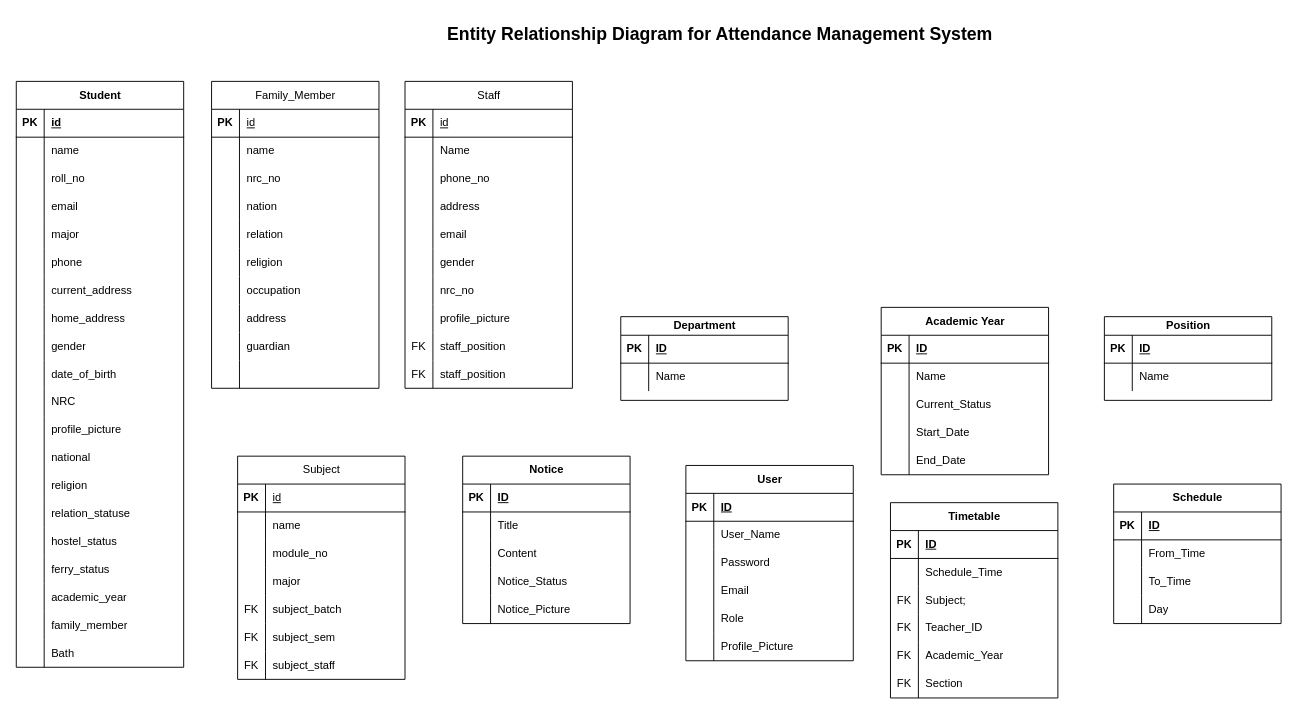
Above: ER.drawio in KhunMaungNgwee/InternShipProject (draw.io), before the change. Source tidied: cells renumbered, new cells numbered last; positions are measured from the earlier drawing's top-left corner, leaving out a move shared by most shapes. Both pictures are drawn from the tidied source at 93%, with x=0, y=0 at pixel (16, 16).
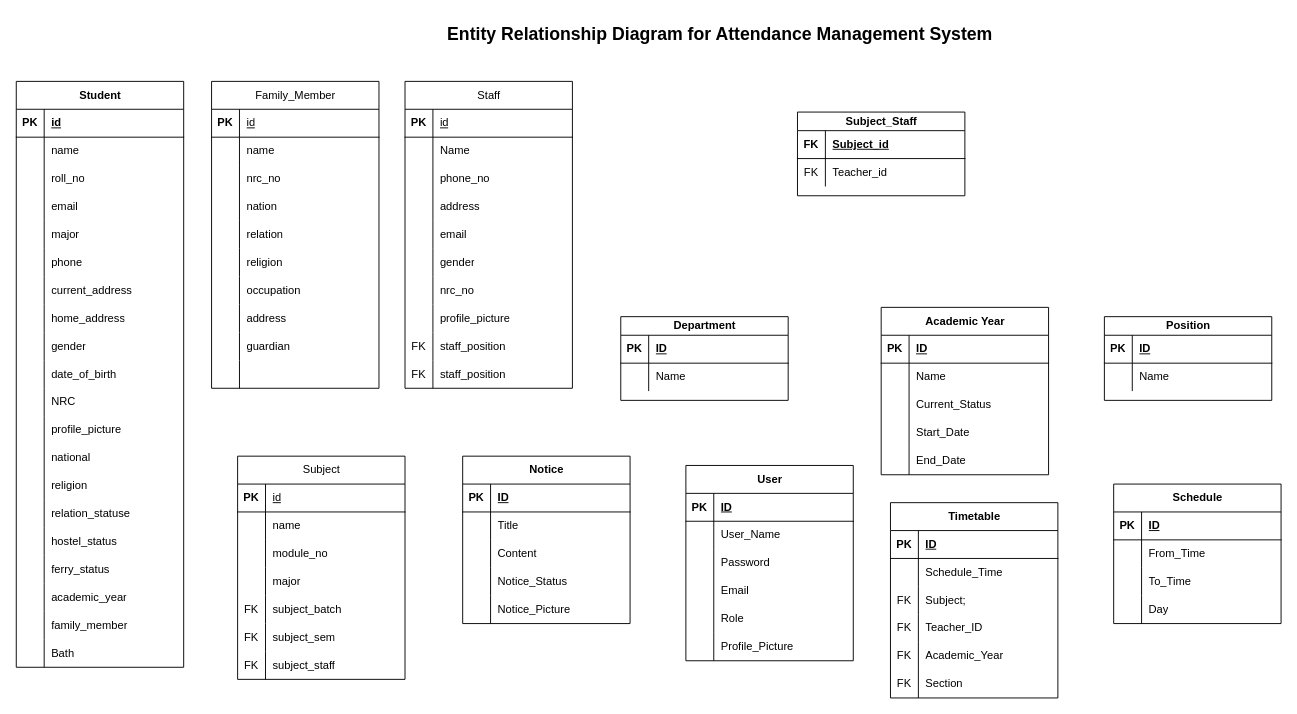
After the change.

The edit, as a diff of the source:
```diff
@@
+    <mxCell id="245" value="Subject_Staff" style="shape=table;startSize=20;childLayout=tableLayout;rowLines=0;fontStyle=1;align=center;html=1;" parent="1" vertex="1">
+      <mxGeometry x="840" y="103" width="180" height="90" as="geometry" />
+    </mxCell>
+    <mxCell id="246" style="shape=tableRow;horizontal=0;startSize=0;swimlaneHead=0;swimlaneBody=0;fillColor=none;top=0;left=0;right=0;bottom=1;" parent="245" vertex="1">
+      <mxGeometry y="20" width="180" height="30" as="geometry" />
+    </mxCell>
+    <mxCell id="247" value="FK" style="shape=partialRectangle;fillColor=none;top=0;left=0;bottom=0;right=0;fontStyle=1;overflow=hidden;whiteSpace=wrap;html=1;" parent="246" vertex="1">
+      <mxGeometry width="30" height="30" as="geometry" />
+    </mxCell>
+    <mxCell id="248" value="Subject_id" style="shape=partialRectangle;fillColor=none;top=0;left=0;bottom=0;right=0;align=left;spacingLeft=6;fontStyle=5;overflow=hidden;whiteSpace=wrap;html=1;" parent="246" vertex="1">
+      <mxGeometry x="30" width="150" height="30" as="geometry" />
+    </mxCell>
+    <mxCell id="249" style="shape=tableRow;horizontal=0;startSize=0;swimlaneHead=0;swimlaneBody=0;fillColor=none;top=0;left=0;right=0;bottom=0;" parent="245" vertex="1">
+      <mxGeometry y="50" width="180" height="30" as="geometry" />
+    </mxCell>
+    <mxCell id="250" value="FK" style="shape=partialRectangle;fillColor=none;top=0;left=0;bottom=0;right=0;overflow=hidden;whiteSpace=wrap;html=1;" parent="249" vertex="1">
+      <mxGeometry width="30" height="30" as="geometry" />
+    </mxCell>
+    <mxCell id="251" value="Teacher_id" style="shape=partialRectangle;fillColor=none;top=0;left=0;bottom=0;right=0;align=left;spacingLeft=6;overflow=hidden;whiteSpace=wrap;html=1;" parent="249" vertex="1">
+      <mxGeometry x="30" width="150" height="30" as="geometry" />
+    </mxCell>
```
